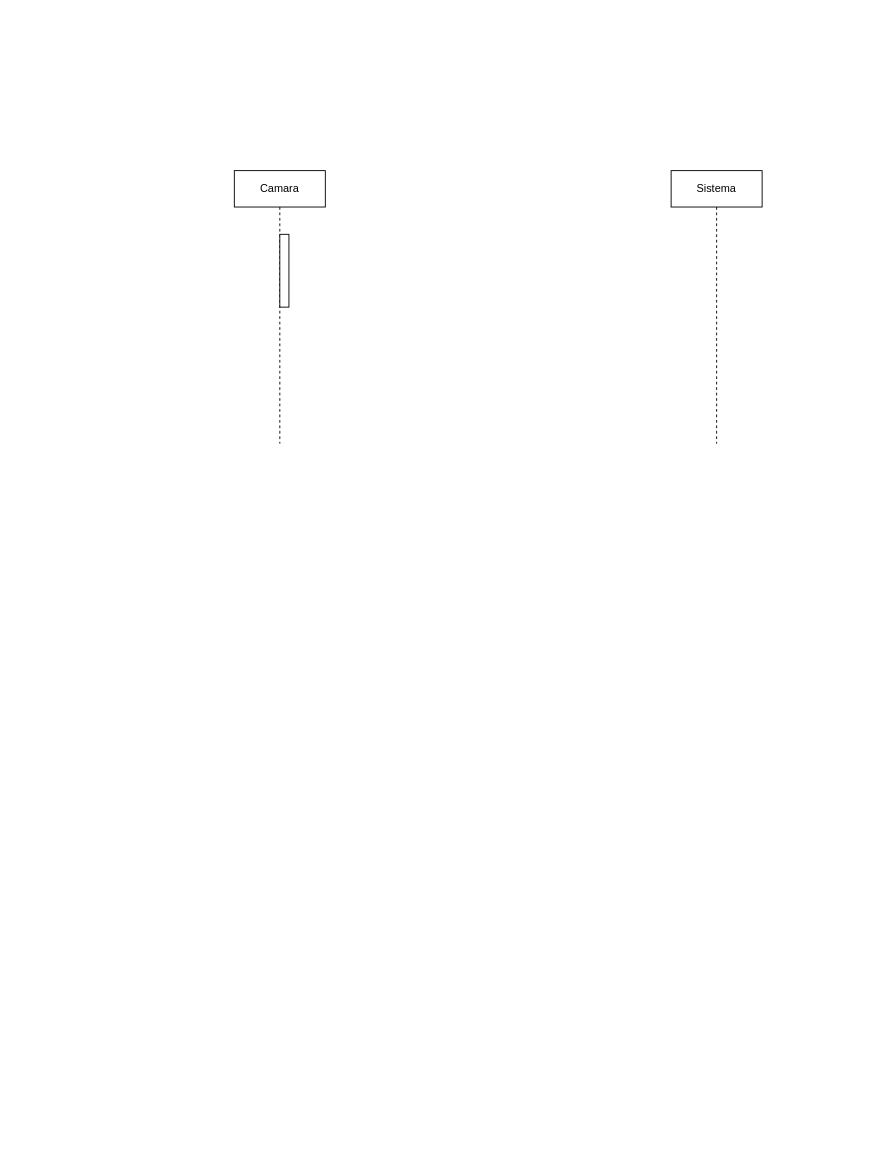
This is diagrama/Trabajo Practico.drawio from Leonardo1190/izo-isw1-tpds, a draw.io file, before an edit. Source tidied: cells renumbered, new cells numbered last; positions are measured from the earlier drawing's top-left corner, leaving out a move shared by most shapes. Both pictures are drawn from the tidied source at 91%, with x=0, y=0 at pixel (234, 170).
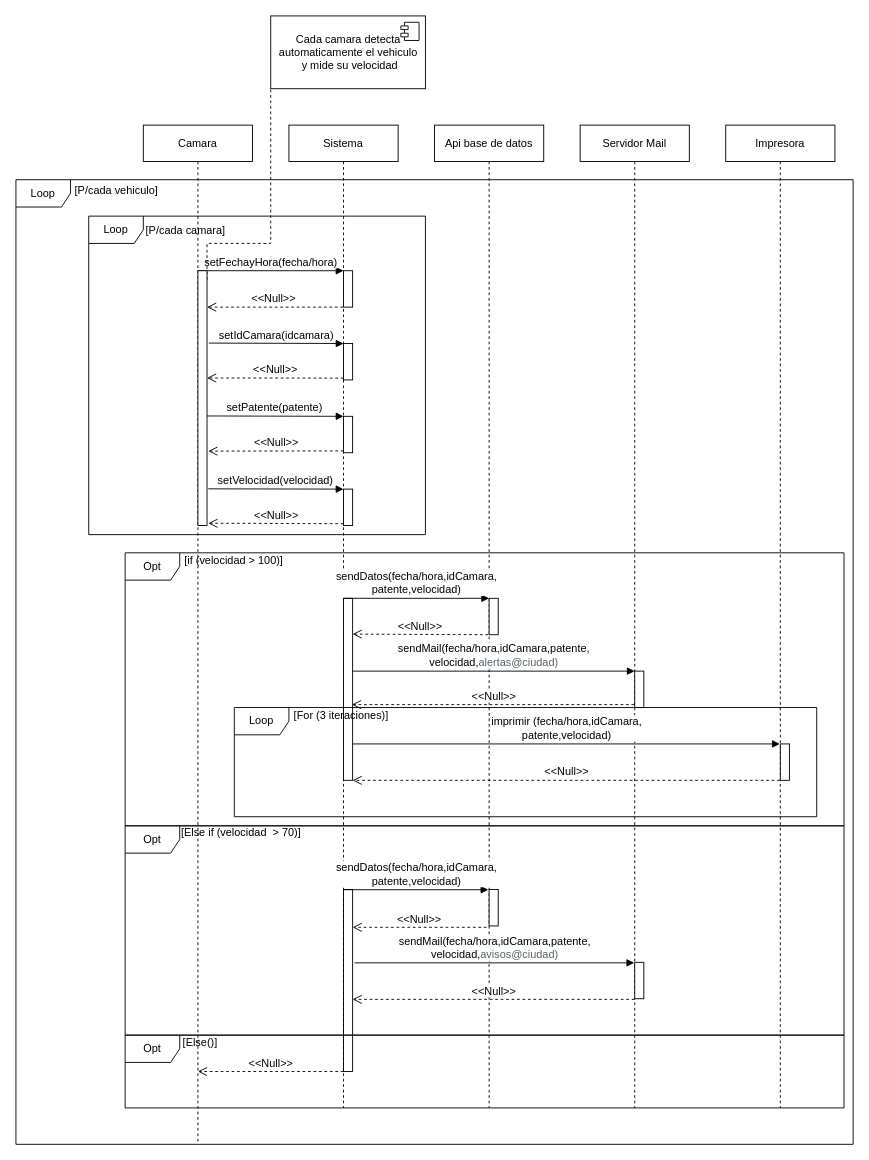
The same page after the edit.

What changed in the source:
```diff
@@
+    <mxCell id="5" value="Loop" style="shape=umlFrame;whiteSpace=wrap;html=1;fontFamily=Helvetica;fontSize=12;" parent="1" vertex="1">
+      <mxGeometry x="-240" y="10" width="920" height="1060" as="geometry" />
+    </mxCell>
+    <mxCell id="6" style="html=1;points=[];perimeter=orthogonalPerimeter;fontFamily=Helvetica;fontSize=12;" parent="1" vertex="1">
+      <mxGeometry x="120" y="790" width="10" height="200" as="geometry" />
+    </mxCell>
+    <mxCell id="7" value="Loop" style="shape=umlFrame;whiteSpace=wrap;html=1;fontSize=12;" parent="1" vertex="1">
+      <mxGeometry x="-160" y="50" width="370" height="350" as="geometry" />
+    </mxCell>
+    <mxCell id="4" value="Sistema" style="shape=umlLifeline;perimeter=lifelinePerimeter;whiteSpace=wrap;html=1;outlineConnect=0;size=40;" parent="1" vertex="1">
+      <mxGeometry x="60" y="-50" width="120" height="1080" as="geometry" />
+    </mxCell>
+    <mxCell id="8" value="Servidor Mail" style="shape=umlLifeline;perimeter=lifelinePerimeter;whiteSpace=wrap;html=1;outlineConnect=0;" parent="1" vertex="1">
+      <mxGeometry x="380" y="-50" width="120" height="1080" as="geometry" />
+    </mxCell>
+    <mxCell id="9" style="html=1;perimeter=orthogonalPerimeter;fontSize=12;" parent="8" vertex="1">
+      <mxGeometry x="60" y="600" width="10" height="40" as="geometry" />
+    </mxCell>
+    <mxCell id="10" style="html=1;points=[];perimeter=orthogonalPerimeter;fontFamily=Helvetica;fontSize=12;" parent="8" vertex="1">
+      <mxGeometry x="60" y="920" width="10" height="40" as="geometry" />
+    </mxCell>
+    <mxCell id="11" value="Impresora" style="shape=umlLifeline;perimeter=lifelinePerimeter;whiteSpace=wrap;html=1;outlineConnect=0;" parent="1" vertex="1">
+      <mxGeometry x="540" y="-50" width="120" height="1080" as="geometry" />
+    </mxCell>
+    <mxCell id="12" style="html=1;perimeter=orthogonalPerimeter;fontFamily=Helvetica;fontSize=12;" parent="11" vertex="1">
+      <mxGeometry x="60" y="680" width="10" height="40" as="geometry" />
+    </mxCell>
+    <mxCell id="13" value="Api base de datos" style="shape=umlLifeline;perimeter=lifelinePerimeter;whiteSpace=wrap;html=1;" parent="1" vertex="1">
+      <mxGeometry x="220" y="-50" width="120" height="1080" as="geometry" />
+    </mxCell>
+    <mxCell id="14" style="html=1;points=[];perimeter=orthogonalPerimeter;fontFamily=Helvetica;fontSize=12;" parent="13" vertex="1">
+      <mxGeometry x="60" y="840" width="10" height="40" as="geometry" />
+    </mxCell>
+    <mxCell id="15" value="&lt;font style=&quot;font-size: 12px;&quot;&gt;setFechayHora(fecha/hora)&lt;br&gt;&lt;/font&gt;" style="html=1;verticalAlign=bottom;endArrow=block;entryX=0;entryY=0;rounded=0;" parent="1" edge="1" source="2" target="26">
+      <mxGeometry relative="1" as="geometry" />
+    </mxCell>
+    <mxCell id="16" value="&lt;font style=&quot;font-size: 12px;&quot;&gt;&amp;lt;&amp;lt;Null&amp;gt;&amp;gt;&lt;/font&gt;" style="html=1;verticalAlign=bottom;endArrow=open;dashed=1;endSize=8;rounded=0;" parent="1" edge="1" source="4">
+      <mxGeometry x="0.03" relative="1" as="geometry">
+        <mxPoint x="-30" y="150" as="targetPoint" />
+        <Array as="points">
+          <mxPoint x="100" y="150" />
+          <mxPoint x="60" y="150" />
+        </Array>
+      </mxGeometry>
+    </mxCell>
+    <mxCell id="17" value="&amp;lt;&amp;lt;Null&amp;gt;&amp;gt;" style="html=1;verticalAlign=bottom;endArrow=open;dashed=1;endSize=8;exitX=0;exitY=0.95;rounded=0;fontSize=12;entryX=1;entryY=0.421;entryDx=0;entryDy=0;entryPerimeter=0;" parent="1" edge="1" source="27" target="3">
+      <mxGeometry relative="1" as="geometry" />
+    </mxCell>
+    <mxCell id="18" value="setIdCamara(idcamara)" style="html=1;verticalAlign=bottom;endArrow=block;entryX=0;entryY=0;rounded=0;fontSize=12;exitX=1.21;exitY=0.284;exitDx=0;exitDy=0;exitPerimeter=0;" parent="1" edge="1" source="3" target="27">
+      <mxGeometry relative="1" as="geometry" />
+    </mxCell>
+    <mxCell id="19" value="setPatente(patente)" style="html=1;verticalAlign=bottom;endArrow=block;entryX=0;entryY=0;rounded=0;fontSize=12;exitX=0.934;exitY=0.57;exitDx=0;exitDy=0;exitPerimeter=0;" parent="1" edge="1" source="3" target="28">
+      <mxGeometry relative="1" as="geometry" />
+    </mxCell>
+    <mxCell id="20" value="&amp;lt;&amp;lt;Null&amp;gt;&amp;gt;" style="html=1;verticalAlign=bottom;endArrow=open;dashed=1;endSize=8;exitX=0;exitY=0.95;rounded=0;fontSize=12;entryX=1.141;entryY=0.708;entryDx=0;entryDy=0;entryPerimeter=0;" parent="1" edge="1" source="28" target="3">
+      <mxGeometry relative="1" as="geometry" />
+    </mxCell>
+    <mxCell id="21" value="&amp;lt;&amp;lt;Null&amp;gt;&amp;gt;" style="html=1;verticalAlign=bottom;endArrow=open;dashed=1;endSize=8;exitX=0;exitY=0.95;rounded=0;fontSize=12;entryX=1.141;entryY=0.991;entryDx=0;entryDy=0;entryPerimeter=0;" parent="1" edge="1" source="29" target="3">
+      <mxGeometry relative="1" as="geometry" />
+    </mxCell>
+    <mxCell id="22" value="setVelocidad(velocidad)" style="html=1;verticalAlign=bottom;endArrow=block;entryX=0;entryY=0;rounded=0;fontSize=12;exitX=1.141;exitY=0.856;exitDx=0;exitDy=0;exitPerimeter=0;" parent="1" edge="1" source="3" target="29">
+      <mxGeometry relative="1" as="geometry" />
+    </mxCell>
+    <mxCell id="23" value="Cada camara detecta &lt;br&gt;automaticamente el vehiculo&lt;br&gt;&amp;nbsp;y mide su velocidad" style="html=1;fontSize=12;" parent="1" vertex="1">
+      <mxGeometry x="40" y="-170" width="170" height="80" as="geometry" />
+    </mxCell>
+    <mxCell id="24" style="shape=module;jettyWidth=8;jettyHeight=4;fontSize=12;" parent="23" vertex="1">
+      <mxGeometry x="1" width="20" height="20" relative="1" as="geometry">
+        <mxPoint x="-27" y="7" as="offset" />
+      </mxGeometry>
+    </mxCell>
+    <mxCell id="25" style="endArrow=none;dashed=1;html=1;rounded=0;fontSize=12;entryX=0;entryY=1;entryDx=0;entryDy=0;" parent="1" edge="1" target="23">
+      <mxGeometry relative="1" as="geometry">
+        <mxPoint x="-30" y="120" as="sourcePoint" />
+        <Array as="points">
+          <mxPoint x="-30" y="80" />
+          <mxPoint x="40" y="80" />
+        </Array>
+      </mxGeometry>
+    </mxCell>
-    <mxCell id="2" value="Camara" style="shape=umlLifeline;perimeter=lifelinePerimeter;whiteSpace=wrap;html=1;outlineConnect=0;" parent="1" vertex="1">
-      <mxGeometry width="100" height="300" as="geometry" />
+    <mxCell id="2" value="Camara" style="shape=umlLifeline;perimeter=lifelinePerimeter;whiteSpace=wrap;html=1;outlineConnect=0;size=40;" parent="1" vertex="1">
+      <mxGeometry x="-100" y="-50" width="120" height="1120" as="geometry" />
     </mxCell>
-    <mxCell id="3" style="html=1;points=[];perimeter=orthogonalPerimeter;" parent="2" vertex="1">
-      <mxGeometry x="50" y="70" width="10" height="80" as="geometry" />
+    <mxCell id="3" style="html=1;points=[];perimeter=orthogonalPerimeter;" parent="1" vertex="1">
+      <mxGeometry x="-40" y="110" width="10" height="280" as="geometry" />
     </mxCell>
-    <mxCell id="4" value="Sistema" style="shape=umlLifeline;perimeter=lifelinePerimeter;whiteSpace=wrap;html=1;outlineConnect=0;" parent="1" vertex="1">
-      <mxGeometry x="480" width="100" height="300" as="geometry" />
-    </mxCell>
+    <mxCell id="26" style="html=1;points=[];perimeter=orthogonalPerimeter;" parent="1" vertex="1">
+      <mxGeometry x="120" y="110" width="10" height="40" as="geometry" />
+    </mxCell>
+    <mxCell id="27" style="html=1;points=[];perimeter=orthogonalPerimeter;fontSize=12;" parent="1" vertex="1">
+      <mxGeometry x="120" y="190" width="10" height="40" as="geometry" />
+    </mxCell>
+    <mxCell id="28" style="html=1;points=[];perimeter=orthogonalPerimeter;fontSize=12;" parent="1" vertex="1">
+      <mxGeometry x="120" y="270" width="10" height="40" as="geometry" />
+    </mxCell>
+    <mxCell id="29" style="html=1;points=[];perimeter=orthogonalPerimeter;fontSize=12;" parent="1" vertex="1">
+      <mxGeometry x="120" y="350" width="10" height="40" as="geometry" />
+    </mxCell>
+    <mxCell id="30" value=" [P/cada camara]" style="text;align=center;fontStyle=0;verticalAlign=middle;spacingLeft=3;spacingRight=3;strokeColor=none;fontSize=12;" parent="1" vertex="1">
+      <mxGeometry x="-100" y="50" width="90" height="30" as="geometry" />
+    </mxCell>
+    <mxCell id="31" style="html=1;points=[];perimeter=orthogonalPerimeter;fontSize=12;" parent="1" vertex="1">
+      <mxGeometry x="120" y="470" width="10" height="200" as="geometry" />
+    </mxCell>
+    <mxCell id="32" style="html=1;points=[];perimeter=orthogonalPerimeter;fontSize=12;" parent="1" vertex="1">
+      <mxGeometry x="280" y="470" width="10" height="40" as="geometry" />
+    </mxCell>
+    <mxCell id="33" value="sendDatos(fecha/hora,idCamara,&lt;br&gt;patente,velocidad)" style="html=1;verticalAlign=bottom;endArrow=block;rounded=0;fontSize=12;entryX=0;entryY=0;entryDx=0;entryDy=0;entryPerimeter=0;exitX=0;exitY=0;exitDx=0;exitDy=0;exitPerimeter=0;" parent="1" edge="1" source="31" target="32">
+      <mxGeometry relative="1" as="geometry" />
+    </mxCell>
+    <mxCell id="34" value="&amp;lt;&amp;lt;Null&amp;gt;&amp;gt;" style="html=1;verticalAlign=bottom;endArrow=open;dashed=1;endSize=8;rounded=0;fontSize=12;" parent="1" edge="1">
+      <mxGeometry relative="1" as="geometry">
+        <mxPoint x="279" y="510" as="sourcePoint" />
+        <mxPoint x="130" y="509.3" as="targetPoint" />
+      </mxGeometry>
+    </mxCell>
+    <mxCell id="35" value="sendMail(fecha/hora,idCamara,patente,&lt;br&gt;velocidad,&lt;span style=&quot;color: rgb(87, 96, 106); text-align: left;&quot;&gt;&lt;font style=&quot;font-size: 12px;&quot;&gt;alertas@ciudad)&lt;/font&gt;&lt;/span&gt;" style="html=1;verticalAlign=bottom;endArrow=block;rounded=0;fontSize=12;" parent="1" edge="1">
+      <mxGeometry relative="1" as="geometry">
+        <mxPoint x="130" y="550" as="sourcePoint" />
+        <mxPoint x="440" y="550" as="targetPoint" />
+      </mxGeometry>
+    </mxCell>
+    <mxCell id="36" value="&amp;lt;&amp;lt;Null&amp;gt;&amp;gt;" style="html=1;verticalAlign=bottom;endArrow=open;dashed=1;endSize=8;rounded=0;fontSize=12;entryX=0.924;entryY=0.584;entryDx=0;entryDy=0;entryPerimeter=0;" parent="1" edge="1" source="8" target="31">
+      <mxGeometry relative="1" as="geometry" />
+    </mxCell>
+    <mxCell id="37" value="imprimir (fecha/hora,idCamara,&lt;br&gt;patente,velocidad)" style="html=1;verticalAlign=bottom;endArrow=block;rounded=0;fontFamily=Helvetica;fontSize=12;" parent="1" edge="1" target="11">
+      <mxGeometry relative="1" as="geometry">
+        <mxPoint x="130" y="630" as="sourcePoint" />
+      </mxGeometry>
+    </mxCell>
+    <mxCell id="38" value="&amp;lt;&amp;lt;Null&amp;gt;&amp;gt;" style="html=1;verticalAlign=bottom;endArrow=open;dashed=1;endSize=8;rounded=0;fontFamily=Helvetica;fontSize=12;" parent="1" edge="1" source="11">
+      <mxGeometry relative="1" as="geometry">
+        <mxPoint x="130" y="670" as="targetPoint" />
+      </mxGeometry>
+    </mxCell>
+    <mxCell id="39" value=" [For (3 iteraciones)]" style="text;align=center;fontStyle=0;verticalAlign=middle;spacingLeft=3;spacingRight=3;strokeColor=none;fontSize=12;" parent="1" vertex="1">
+      <mxGeometry x="71" y="583" width="90" height="30" as="geometry" />
+    </mxCell>
+    <mxCell id="40" value=" [if (velocidad &gt; 100)]" style="text;align=center;fontStyle=0;verticalAlign=middle;spacingLeft=3;spacingRight=3;strokeColor=none;fontSize=12;" parent="1" vertex="1">
+      <mxGeometry x="-47" y="413" width="90" height="30" as="geometry" />
+    </mxCell>
+    <mxCell id="41" value="sendDatos(fecha/hora,idCamara,&lt;br&gt;patente,velocidad)" style="html=1;verticalAlign=bottom;endArrow=block;rounded=0;fontFamily=Helvetica;fontSize=12;entryX=-0.08;entryY=0.005;entryDx=0;entryDy=0;entryPerimeter=0;" parent="1" edge="1" source="4" target="14">
+      <mxGeometry relative="1" as="geometry" />
+    </mxCell>
+    <mxCell id="42" value=" [Else if (velocidad  &gt; 70)]" style="text;align=center;fontStyle=0;verticalAlign=middle;spacingLeft=3;spacingRight=3;strokeColor=none;fontSize=12;" parent="1" vertex="1">
+      <mxGeometry x="-39" y="712" width="90" height="30" as="geometry" />
+    </mxCell>
+    <mxCell id="43" value="&amp;lt;&amp;lt;Null&amp;gt;&amp;gt;" style="html=1;verticalAlign=bottom;endArrow=open;dashed=1;endSize=8;rounded=0;fontFamily=Helvetica;fontSize=12;exitX=-0.283;exitY=1.038;exitDx=0;exitDy=0;exitPerimeter=0;" parent="1" edge="1" source="14" target="6">
+      <mxGeometry relative="1" as="geometry" />
+    </mxCell>
+    <mxCell id="44" value="sendMail(fecha/hora,idCamara,patente,&lt;br&gt;velocidad,&lt;span style=&quot;color: rgb(87, 96, 106); text-align: left;&quot;&gt;avisos@ciudad)&lt;/span&gt;" style="html=1;verticalAlign=bottom;endArrow=block;rounded=0;fontFamily=Helvetica;fontSize=12;exitX=1.217;exitY=0.403;exitDx=0;exitDy=0;exitPerimeter=0;" parent="1" edge="1" source="6" target="8">
+      <mxGeometry relative="1" as="geometry" />
+    </mxCell>
+    <mxCell id="45" value="&amp;lt;&amp;lt;Null&amp;gt;&amp;gt;" style="html=1;verticalAlign=bottom;endArrow=open;dashed=1;endSize=8;rounded=0;fontFamily=Helvetica;fontSize=12;exitX=-0.033;exitY=1.017;exitDx=0;exitDy=0;exitPerimeter=0;" parent="1" edge="1" source="10" target="6">
+      <mxGeometry relative="1" as="geometry" />
+    </mxCell>
+    <mxCell id="46" value=" [Else()]" style="text;align=center;fontStyle=0;verticalAlign=middle;spacingLeft=3;spacingRight=3;strokeColor=none;fontSize=12;" parent="1" vertex="1">
+      <mxGeometry x="-84" y="942" width="90" height="30" as="geometry" />
+    </mxCell>
+    <mxCell id="47" value="&amp;lt;&amp;lt;Null&amp;gt;&amp;gt;" style="html=1;verticalAlign=bottom;endArrow=open;dashed=1;endSize=8;rounded=0;fontFamily=Helvetica;fontSize=12;" parent="1" edge="1">
+      <mxGeometry relative="1" as="geometry">
+        <mxPoint x="120" y="990" as="sourcePoint" />
+        <mxPoint x="-40" y="990" as="targetPoint" />
+      </mxGeometry>
+    </mxCell>
+    <mxCell id="48" value="Opt" style="shape=umlFrame;whiteSpace=wrap;html=1;fontFamily=Helvetica;fontSize=12;" parent="1" vertex="1">
+      <mxGeometry x="-120" y="950" width="790" height="80" as="geometry" />
+    </mxCell>
+    <mxCell id="49" value="Opt" style="shape=umlFrame;whiteSpace=wrap;html=1;fontFamily=Helvetica;fontSize=12;" parent="1" vertex="1">
+      <mxGeometry x="-120" y="720" width="790" height="230" as="geometry" />
+    </mxCell>
+    <mxCell id="50" value="Loop" style="shape=umlFrame;whiteSpace=wrap;html=1;fontFamily=Helvetica;fontSize=12;" parent="1" vertex="1">
+      <mxGeometry y="590" width="640" height="120" as="geometry" />
+    </mxCell>
+    <mxCell id="51" value="Opt" style="shape=umlFrame;whiteSpace=wrap;html=1;fontFamily=Helvetica;fontSize=12;" parent="1" vertex="1">
+      <mxGeometry x="-120" y="420" width="790" height="300" as="geometry" />
+    </mxCell>
+    <mxCell id="52" value=" [P/cada vehiculo]" style="text;align=center;fontStyle=0;verticalAlign=middle;spacingLeft=3;spacingRight=3;strokeColor=none;fontSize=12;" parent="1" vertex="1">
+      <mxGeometry x="-176" y="6" width="90" height="30" as="geometry" />
+    </mxCell>
```
